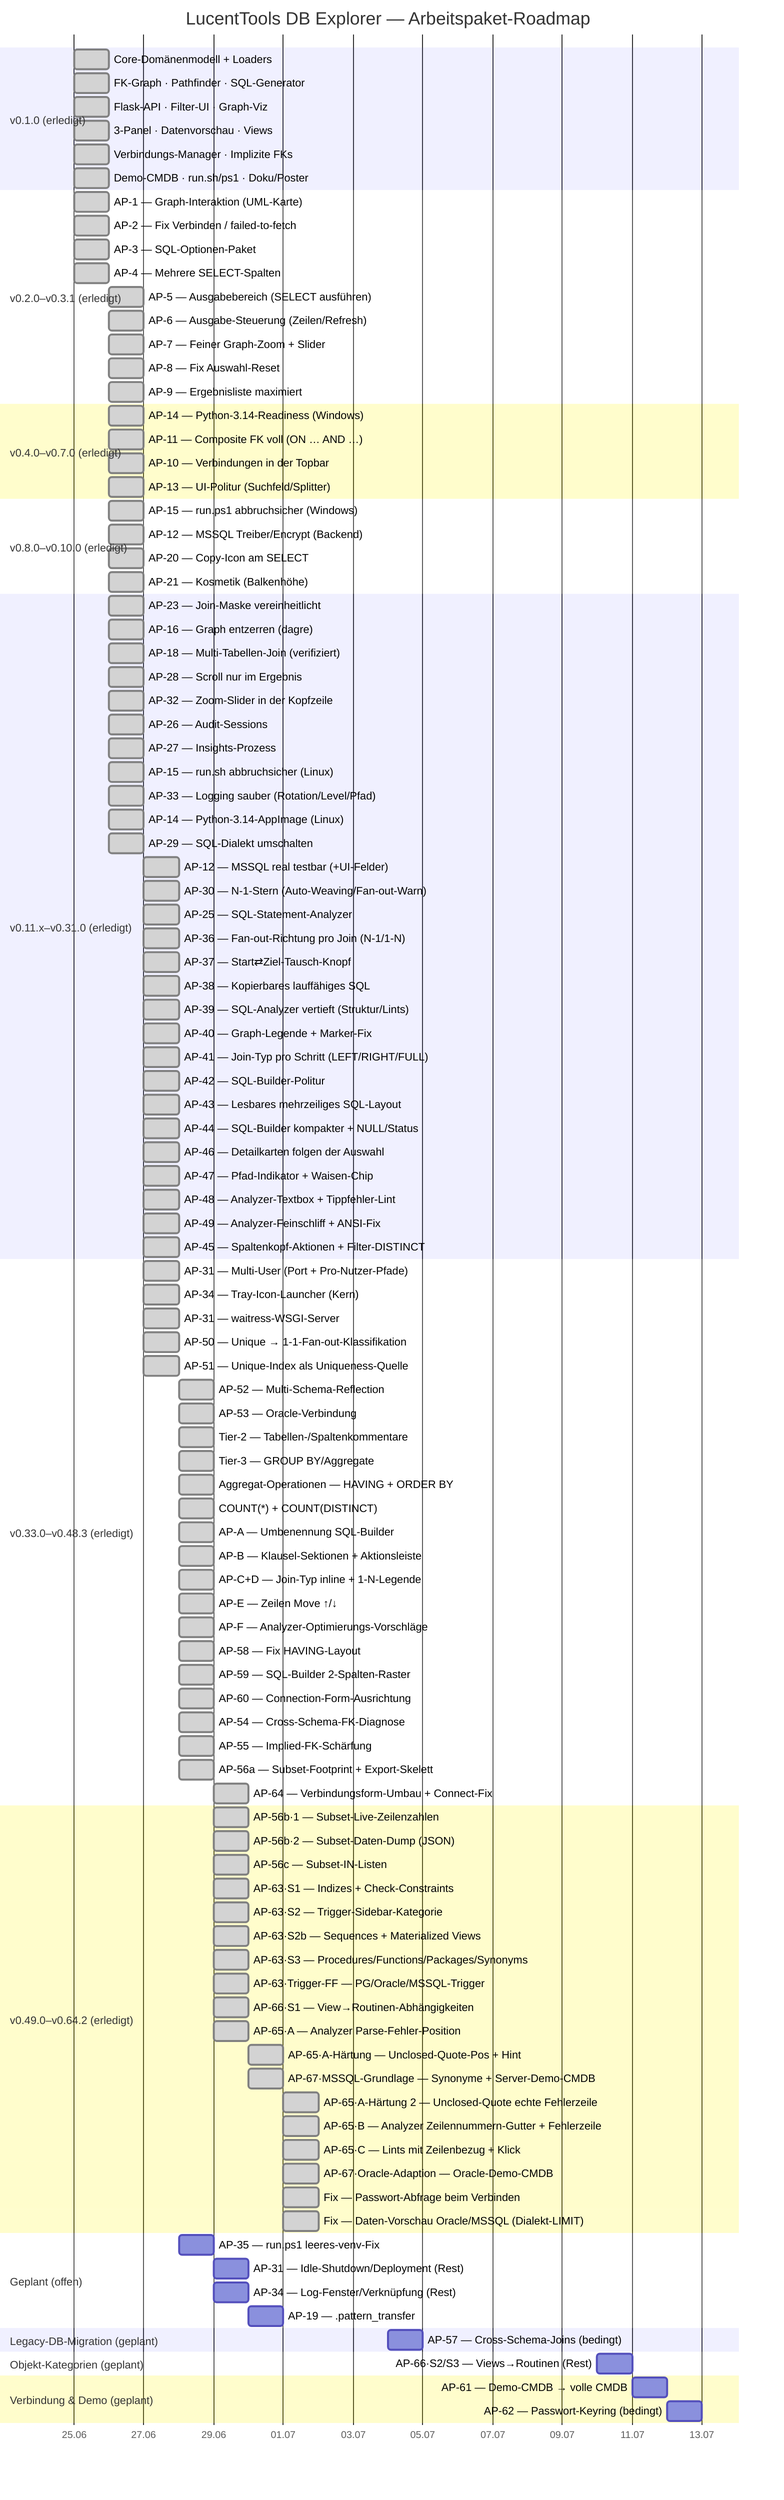
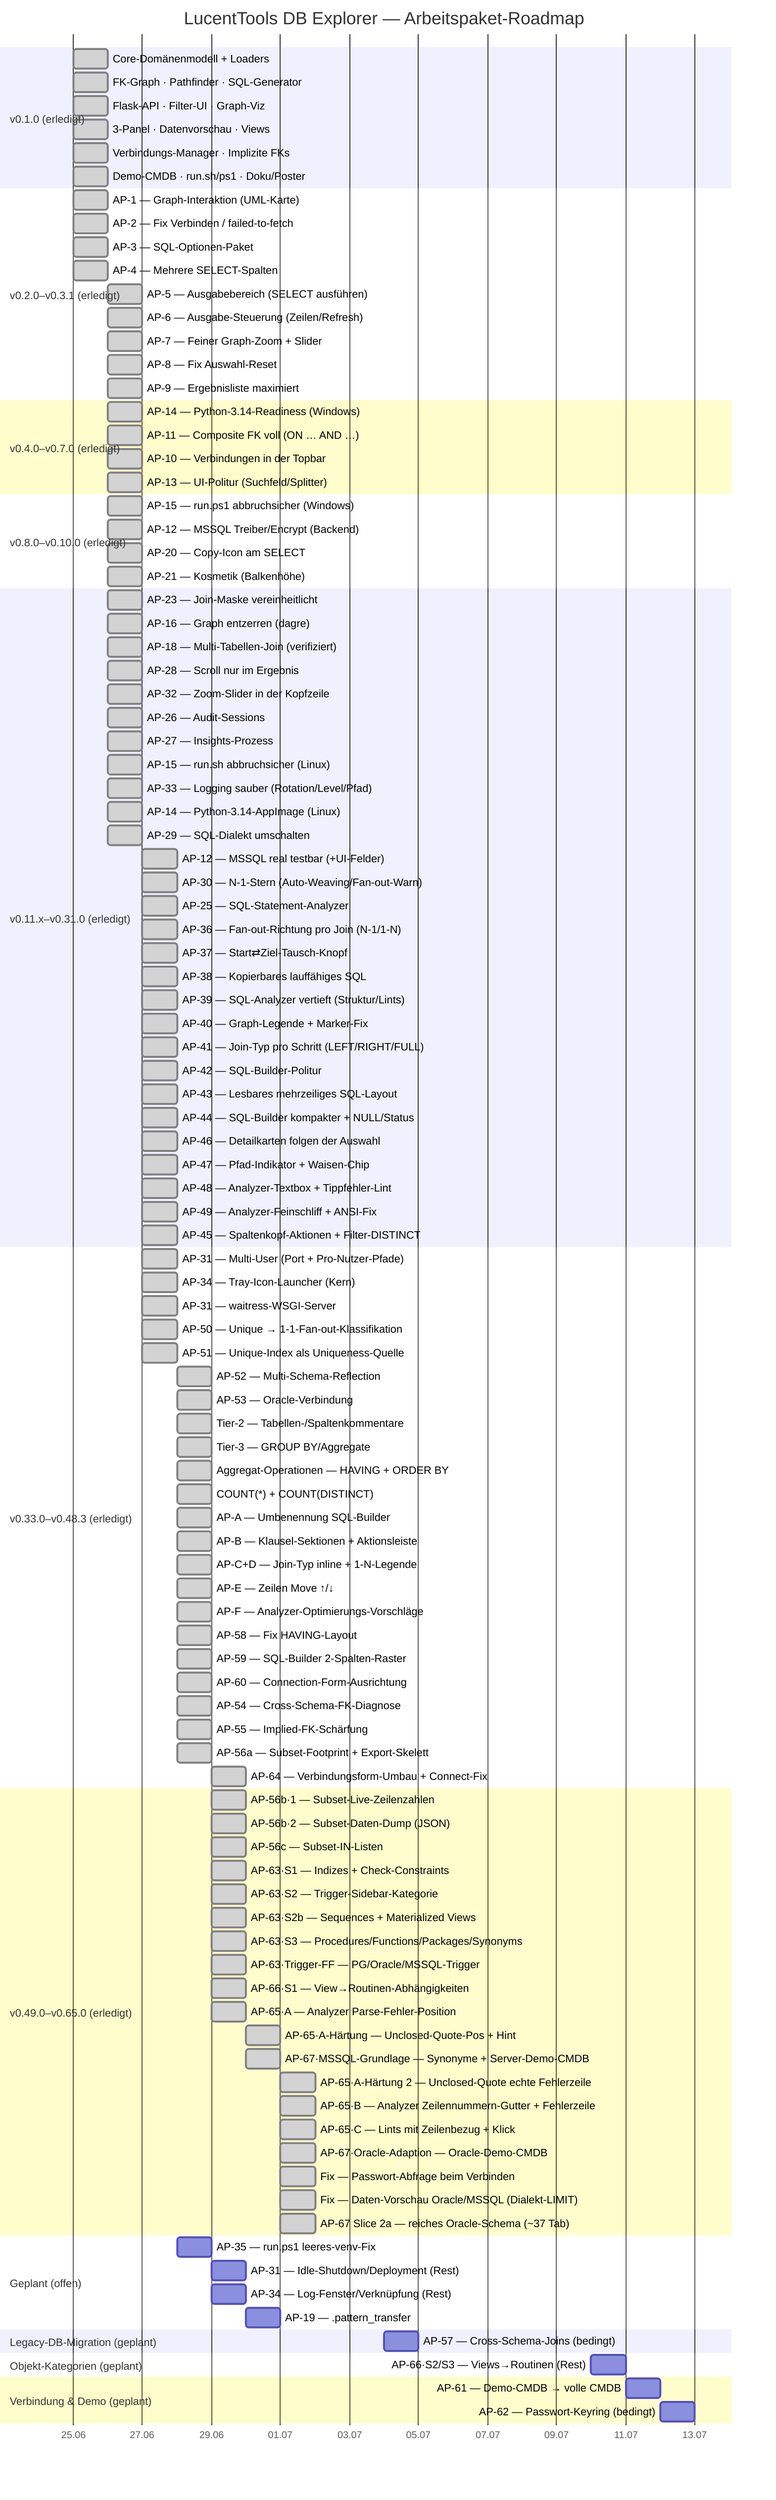
gantt
    title LucentTools DB Explorer — Arbeitspaket-Roadmap
    dateFormat  YYYY-MM-DD
    axisFormat  %d.%m

    section v0.1.0 (erledigt)
    Core-Domänenmodell + Loaders          :done, d1, 2026-06-25, 1d
    FK-Graph · Pathfinder · SQL-Generator :done, d2, 2026-06-25, 1d
    Flask-API · Filter-UI · Graph-Viz     :done, d3, 2026-06-25, 1d
    3-Panel · Datenvorschau · Views       :done, d4, 2026-06-25, 1d
    Verbindungs-Manager · Implizite FKs   :done, d5, 2026-06-25, 1d
    Demo-CMDB · run.sh/ps1 · Doku/Poster  :done, d6, 2026-06-25, 1d

    section v0.2.0–v0.3.1 (erledigt)
    AP-1 — Graph-Interaktion (UML-Karte)        :done, a1, 2026-06-25, 1d
    AP-2 — Fix Verbinden / failed-to-fetch      :done, a2, 2026-06-25, 1d
    AP-3 — SQL-Optionen-Paket                   :done, a3, 2026-06-25, 1d
    AP-4 — Mehrere SELECT-Spalten               :done, a4, 2026-06-25, 1d
    AP-5 — Ausgabebereich (SELECT ausführen)    :done, a5, 2026-06-26, 1d
    AP-6 — Ausgabe-Steuerung (Zeilen/Refresh)   :done, a6, 2026-06-26, 1d
    AP-7 — Feiner Graph-Zoom + Slider           :done, a7, 2026-06-26, 1d
    AP-8 — Fix Auswahl-Reset                    :done, a8, 2026-06-26, 1d
    AP-9 — Ergebnisliste maximiert              :done, a9, 2026-06-26, 1d

    section v0.4.0–v0.7.0 (erledigt)
    AP-14 — Python-3.14-Readiness (Windows)     :done, b1, 2026-06-26, 1d
    AP-11 — Composite FK voll (ON … AND …)      :done, b2, 2026-06-26, 1d
    AP-10 — Verbindungen in der Topbar          :done, b3, 2026-06-26, 1d
    AP-13 — UI-Politur (Suchfeld/Splitter)      :done, b4, 2026-06-26, 1d

    section v0.8.0–v0.10.0 (erledigt)
    AP-15 — run.ps1 abbruchsicher (Windows)     :done, c1, 2026-06-26, 1d
    AP-12 — MSSQL Treiber/Encrypt (Backend)     :done, c2, 2026-06-26, 1d
    AP-20 — Copy-Icon am SELECT                 :done, c3, 2026-06-26, 1d
    AP-21 — Kosmetik (Balkenhöhe)               :done, c4, 2026-06-26, 1d

    section v0.11.x–v0.31.0 (erledigt)
    AP-23 — Join-Maske vereinheitlicht          :done, e1, 2026-06-26, 1d
    AP-16 — Graph entzerren (dagre)             :done, e2, 2026-06-26, 1d
    AP-18 — Multi-Tabellen-Join (verifiziert)   :done, e3, 2026-06-26, 1d
    AP-28 — Scroll nur im Ergebnis              :done, e4, 2026-06-26, 1d
    AP-32 — Zoom-Slider in der Kopfzeile        :done, e5, 2026-06-26, 1d
    AP-26 — Audit-Sessions                      :done, e6, 2026-06-26, 1d
    AP-27 — Insights-Prozess                    :done, e7, 2026-06-26, 1d
    AP-15 — run.sh abbruchsicher (Linux)        :done, e8, 2026-06-26, 1d
    AP-33 — Logging sauber (Rotation/Level/Pfad) :done, e9, 2026-06-26, 1d
    AP-14 — Python-3.14-AppImage (Linux)         :done, e10, 2026-06-26, 1d
    AP-29 — SQL-Dialekt umschalten               :done, e11, 2026-06-26, 1d
    AP-12 — MSSQL real testbar (+UI-Felder)      :done, e12, 2026-06-27, 1d
    AP-30 — N-1-Stern (Auto-Weaving/Fan-out-Warn) :done, e13, 2026-06-27, 1d
    AP-25 — SQL-Statement-Analyzer               :done, e14, 2026-06-27, 1d
    AP-36 — Fan-out-Richtung pro Join (N-1/1-N)  :done, e15, 2026-06-27, 1d
    AP-37 — Start⇄Ziel-Tausch-Knopf              :done, e16, 2026-06-27, 1d
    AP-38 — Kopierbares lauffähiges SQL          :done, e17, 2026-06-27, 1d
    AP-39 — SQL-Analyzer vertieft (Struktur/Lints) :done, e18, 2026-06-27, 1d
    AP-40 — Graph-Legende + Marker-Fix           :done, e19, 2026-06-27, 1d
    AP-41 — Join-Typ pro Schritt (LEFT/RIGHT/FULL) :done, e20, 2026-06-27, 1d
    AP-42 — SQL-Builder-Politur                 :done, e21, 2026-06-27, 1d
    AP-43 — Lesbares mehrzeiliges SQL-Layout      :done, e22, 2026-06-27, 1d
    AP-44 — SQL-Builder kompakter + NULL/Status :done, e23, 2026-06-27, 1d
    AP-46 — Detailkarten folgen der Auswahl       :done, e24, 2026-06-27, 1d
    AP-47 — Pfad-Indikator + Waisen-Chip         :done, e25, 2026-06-27, 1d
    AP-48 — Analyzer-Textbox + Tippfehler-Lint   :done, e26, 2026-06-27, 1d
    AP-49 — Analyzer-Feinschliff + ANSI-Fix       :done, e27, 2026-06-27, 1d
    AP-45 — Spaltenkopf-Aktionen + Filter-DISTINCT :done, e28, 2026-06-27, 1d

    section v0.33.0–v0.48.3 (erledigt)
    AP-31 — Multi-User (Port + Pro-Nutzer-Pfade) :done, f1, 2026-06-27, 1d
    AP-34 — Tray-Icon-Launcher (Kern)            :done, f2, 2026-06-27, 1d
    AP-31 — waitress-WSGI-Server                 :done, f3, 2026-06-27, 1d
    AP-50 — Unique → 1-1-Fan-out-Klassifikation  :done, f4, 2026-06-27, 1d
    AP-51 — Unique-Index als Uniqueness-Quelle   :done, f5, 2026-06-27, 1d
    AP-52 — Multi-Schema-Reflection              :done, f6, 2026-06-28, 1d
    AP-53 — Oracle-Verbindung                    :done, f7, 2026-06-28, 1d
    Tier-2 — Tabellen-/Spaltenkommentare         :done, f8, 2026-06-28, 1d
    Tier-3 — GROUP BY/Aggregate                  :done, f9, 2026-06-28, 1d
    Aggregat-Operationen — HAVING + ORDER BY     :done, f10, 2026-06-28, 1d
    COUNT(*) + COUNT(DISTINCT)                   :done, f11, 2026-06-28, 1d
    AP-A — Umbenennung SQL-Builder               :done, f12, 2026-06-28, 1d
    AP-B — Klausel-Sektionen + Aktionsleiste     :done, f13, 2026-06-28, 1d
    AP-C+D — Join-Typ inline + 1-N-Legende       :done, f14, 2026-06-28, 1d
    AP-E — Zeilen Move ↑/↓                        :done, f15, 2026-06-28, 1d
    AP-F — Analyzer-Optimierungs-Vorschläge      :done, f16, 2026-06-28, 1d
    AP-58 — Fix HAVING-Layout                    :done, f17, 2026-06-28, 1d
    AP-59 — SQL-Builder 2-Spalten-Raster        :done, f18, 2026-06-28, 1d
    AP-60 — Connection-Form-Ausrichtung         :done, f19, 2026-06-28, 1d
    AP-54 — Cross-Schema-FK-Diagnose            :done, f20, 2026-06-28, 1d
    AP-55 — Implied-FK-Schärfung                :done, f21, 2026-06-28, 1d
    AP-56a — Subset-Footprint + Export-Skelett   :done, f22, 2026-06-28, 1d
    AP-64 — Verbindungsform-Umbau + Connect-Fix  :done, f23, 2026-06-29, 1d

-     section v0.49.0–v0.64.2 (erledigt)
+     section v0.49.0–v0.65.0 (erledigt)
    AP-56b·1 — Subset-Live-Zeilenzahlen         :done, f24, 2026-06-29, 1d
    AP-56b·2 — Subset-Daten-Dump (JSON)         :done, f25, 2026-06-29, 1d
    AP-56c — Subset-IN-Listen                   :done, f26, 2026-06-29, 1d
    AP-63·S1 — Indizes + Check-Constraints      :done, f27, 2026-06-29, 1d
    AP-63·S2 — Trigger-Sidebar-Kategorie        :done, f28, 2026-06-29, 1d
    AP-63·S2b — Sequences + Materialized Views  :done, f29, 2026-06-29, 1d
    AP-63·S3 — Procedures/Functions/Packages/Synonyms :done, f30, 2026-06-29, 1d
    AP-63·Trigger-FF — PG/Oracle/MSSQL-Trigger  :done, f31, 2026-06-29, 1d
    AP-66·S1 — View→Routinen-Abhängigkeiten     :done, f32, 2026-06-29, 1d
    AP-65·A — Analyzer Parse-Fehler-Position    :done, f33, 2026-06-29, 1d
    AP-65·A-Härtung — Unclosed-Quote-Pos + Hint :done, f34, 2026-06-30, 1d
    AP-67·MSSQL-Grundlage — Synonyme + Server-Demo-CMDB :done, f35, 2026-06-30, 1d
    AP-65·A-Härtung 2 — Unclosed-Quote echte Fehlerzeile :done, f36, 2026-07-01, 1d
    AP-65·B — Analyzer Zeilennummern-Gutter + Fehlerzeile :done, f37, 2026-07-01, 1d
    AP-65·C — Lints mit Zeilenbezug + Klick :done, f38, 2026-07-01, 1d
    AP-67·Oracle-Adaption — Oracle-Demo-CMDB :done, f39, 2026-07-01, 1d
    Fix — Passwort-Abfrage beim Verbinden :done, f40, 2026-07-01, 1d
    Fix — Daten-Vorschau Oracle/MSSQL (Dialekt-LIMIT) :done, f41, 2026-07-01, 1d
+     AP-67 Slice 2a — reiches Oracle-Schema (~37 Tab) :done, f42, 2026-07-01, 1d

    section Geplant (offen)
    AP-35 — run.ps1 leeres-venv-Fix             :p3, 2026-06-28, 1d
    AP-31 — Idle-Shutdown/Deployment (Rest)     :p5, 2026-06-29, 1d
    AP-34 — Log-Fenster/Verknüpfung (Rest)      :p6, 2026-06-29, 1d
    AP-19 — .pattern_transfer                   :p11, 2026-06-30, 1d

    section Legacy-DB-Migration (geplant)
    AP-57 — Cross-Schema-Joins (bedingt)        :p23, 2026-07-04, 1d

    section Objekt-Kategorien (geplant)
    AP-66·S2/S3 — Views→Routinen (Rest)         :p33, 2026-07-10, 1d

    section Analyzer-Tiefe (geplant)

    section Verbindung & Demo (geplant)
    AP-61 — Demo-CMDB → volle CMDB              :p41, 2026-07-11, 1d
    AP-62 — Passwort-Keyring (bedingt)          :p42, 2026-07-12, 1d
